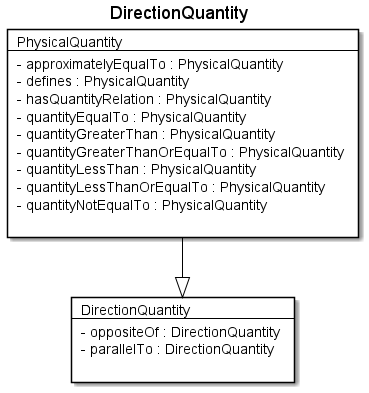
Above: fragments/diagrams/DirectionQuantity.png in rtigran/rdf2adoc (PlantUML), before the change. The source it was exported from:
```plantuml
@startuml
Title DirectionQuantity

Card DirectionQuantity #fff [
DirectionQuantity
----
- oppositeOf : DirectionQuantity
- parallelTo : DirectionQuantity

]
Card PhysicalQuantity #fff [
PhysicalQuantity
----
- approximatelyEqualTo : PhysicalQuantity
- defines : PhysicalQuantity
- hasQuantityRelation : PhysicalQuantity
- quantityEqualTo : PhysicalQuantity
- quantityGreaterThan : PhysicalQuantity
- quantityGreaterThanOrEqualTo : PhysicalQuantity
- quantityLessThan : PhysicalQuantity
- quantityLessThanOrEqualTo : PhysicalQuantity
- quantityNotEqualTo : PhysicalQuantity

]
PhysicalQuantity --|> DirectionQuantity  #000
@enduml
```
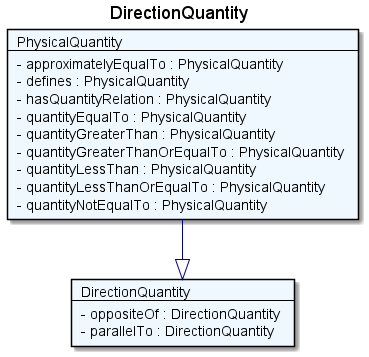
After the commit.

Change to the diagram source:
```diff
@@ -1,14 +1,13 @@
 @startuml
 Title DirectionQuantity
 
-Card DirectionQuantity #fff [
+Card DirectionQuantity #F0F8FF [
 DirectionQuantity
 ----
 - oppositeOf : DirectionQuantity
 - parallelTo : DirectionQuantity
-
 ]
-Card PhysicalQuantity #fff [
+Card PhysicalQuantity #F0F8FF [
 PhysicalQuantity
 ----
 - approximatelyEqualTo : PhysicalQuantity
@@ -20,7 +19,6 @@
 - quantityLessThan : PhysicalQuantity
 - quantityLessThanOrEqualTo : PhysicalQuantity
 - quantityNotEqualTo : PhysicalQuantity
-
 ]
-PhysicalQuantity --|> DirectionQuantity  #000
+PhysicalQuantity --|> DirectionQuantity  #00008B
 @enduml
```
